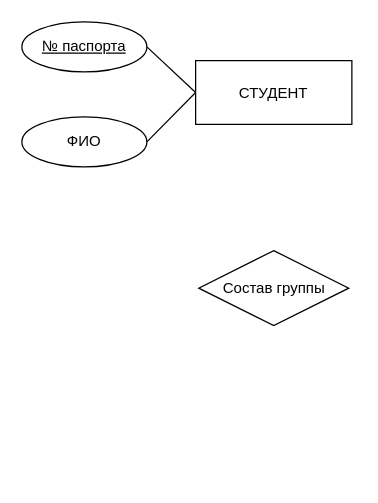
Earlier version of the draw.io diagram Диаграмма без названия.drawio (anixxxx22/AA). Source tidied: cells renumbered, new cells numbered last; positions are measured from the earlier drawing's top-left corner, leaving out a move shared by most shapes. Both pictures are drawn from the tidied source at 125%, with x=0, y=0 at pixel (21, 21).
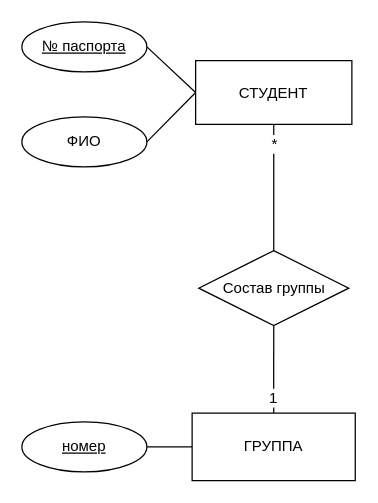
After the change.

Diff of the diagram source:
```diff
@@
 <mxGraphModel>
   <root>
     <mxCell id="0" />
     <mxCell id="1" parent="0" />
     <mxCell id="2" value="№ паспорта" style="ellipse;whiteSpace=wrap;html=1;align=center;fontStyle=4;" parent="1" vertex="1">
       <mxGeometry width="100" height="40" as="geometry" />
     </mxCell>
     <mxCell id="3" value="ФИО" style="ellipse;whiteSpace=wrap;html=1;align=center;" parent="1" vertex="1">
       <mxGeometry y="76" width="100" height="40" as="geometry" />
     </mxCell>
+    <mxCell id="8" style="edgeStyle=none;curved=1;rounded=0;jettySize=auto;html=1;fontSize=12;startSize=8;endSize=8;endArrow=none;endFill=0;" parent="1" edge="1" source="4" target="7">
+      <mxGeometry relative="1" as="geometry" />
+    </mxCell>
+    <mxCell id="9" value="*" style="edgeLabel;html=1;align=center;verticalAlign=middle;fontSize=12;" parent="8" vertex="1">
+      <mxGeometry x="-0.7" relative="1" as="geometry" />
+    </mxCell>
     <mxCell id="4" value="СТУДЕНТ" style="whiteSpace=wrap;html=1;align=center;" parent="1" vertex="1">
       <mxGeometry x="139" y="31" width="125" height="51" as="geometry" />
     </mxCell>
     <mxCell id="5" style="endArrow=none;html=1;rounded=0;fontSize=12;startSize=8;endSize=8;curved=1;exitX=1;exitY=0.5;exitDx=0;exitDy=0;entryX=0;entryY=0.5;entryDx=0;entryDy=0;" parent="1" edge="1" source="2" target="4">
       <mxGeometry relative="1" as="geometry" />
     </mxCell>
     <mxCell id="6" style="endArrow=none;html=1;rounded=0;fontSize=12;startSize=8;endSize=8;curved=1;exitX=1;exitY=0.5;exitDx=0;exitDy=0;entryX=0;entryY=0.5;entryDx=0;entryDy=0;" parent="1" edge="1" source="3" target="4">
       <mxGeometry relative="1" as="geometry" />
     </mxCell>
+    <mxCell id="10" style="edgeStyle=none;curved=1;rounded=0;jettySize=auto;html=1;fontSize=12;startSize=8;endSize=8;endArrow=none;endFill=0;" parent="1" edge="1" source="7" target="14">
+      <mxGeometry relative="1" as="geometry" />
+    </mxCell>
+    <mxCell id="11" value="1" style="edgeLabel;html=1;align=center;verticalAlign=middle;fontSize=12;" parent="10" vertex="1">
+      <mxGeometry x="0.66" y="-1" relative="1" as="geometry" />
+    </mxCell>
     <mxCell id="7" value="Состав группы" style="shape=rhombus;perimeter=rhombusPerimeter;whiteSpace=wrap;html=1;align=center;" parent="1" vertex="1">
       <mxGeometry x="141.5" y="183" width="120" height="60" as="geometry" />
     </mxCell>
+    <mxCell id="12" style="edgeStyle=none;curved=1;rounded=0;jettySize=auto;html=1;fontSize=12;startSize=8;endSize=8;endArrow=none;endFill=0;" parent="1" edge="1" source="13" target="14">
+      <mxGeometry relative="1" as="geometry" />
+    </mxCell>
+    <mxCell id="13" value="номер" style="ellipse;whiteSpace=wrap;html=1;align=center;fontStyle=4;" parent="1" vertex="1">
+      <mxGeometry y="320" width="100" height="40" as="geometry" />
+    </mxCell>
+    <mxCell id="14" value="ГРУППА" style="whiteSpace=wrap;html=1;align=center;" parent="1" vertex="1">
+      <mxGeometry x="136.2" y="313" width="130.5" height="54" as="geometry" />
+    </mxCell>
   </root>
 </mxGraphModel>
```
